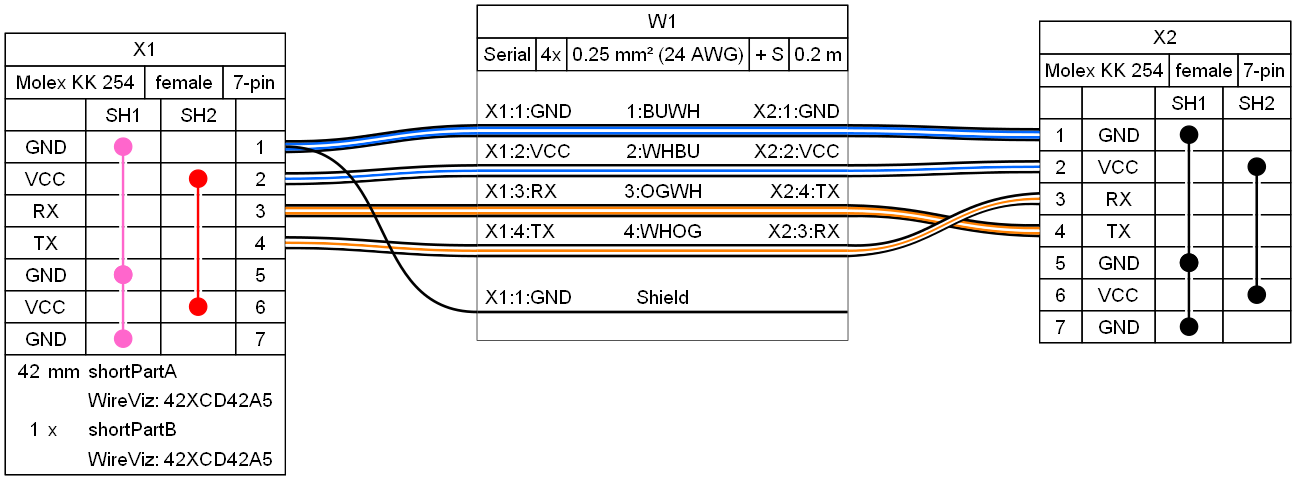
wireviz/WireViz keeps this Graphviz diagram as examples/ex15.png. Above is the earlier version. Its source is kept beside it as examples/ex15.gv.
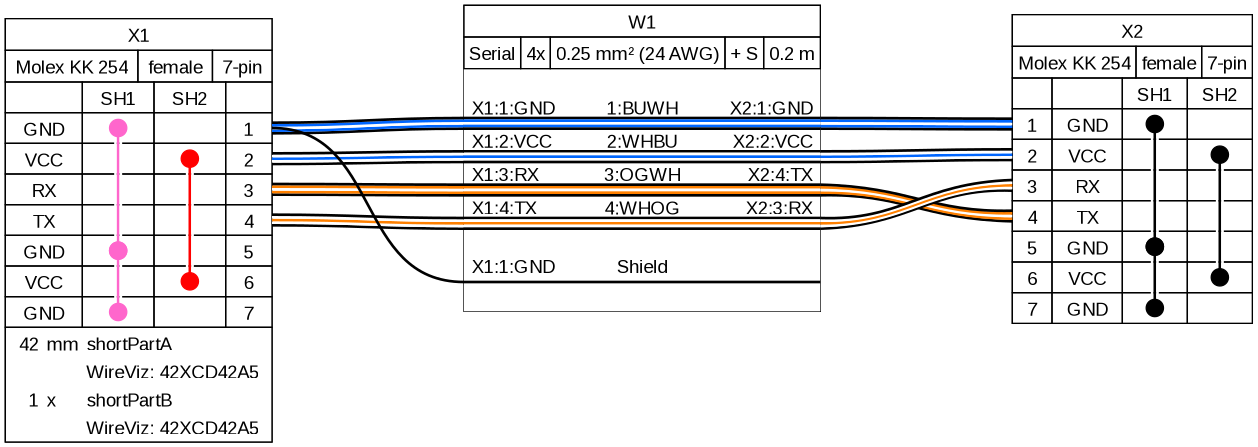
The same diagram one commit later.

Change to the diagram source:
```diff
@@ -220,25 +220,7 @@
      <td align="right">X2:1:GND </td>
     </tr>
     <tr>
-     <td border="0" cellspacing="0" cellpadding="0" colspan="5" height="10" port="w1">
-      <table border="0" cellborder="0" cellspacing="0">
-       <tr>
-        <td bgcolor="#FFFFFF" border="0" cellpadding="0" colspan="5" height="2"></td>
-       </tr>
-       <tr>
-        <td bgcolor="#FFFFFF" border="0" cellpadding="0" colspan="5" height="2"></td>
-       </tr>
-       <tr>
-        <td bgcolor="#FFFFFF" border="0" cellpadding="0" colspan="5" height="2"></td>
-       </tr>
-       <tr>
-        <td bgcolor="#FFFFFF" border="0" cellpadding="0" colspan="5" height="2"></td>
-       </tr>
-       <tr>
-        <td bgcolor="#FFFFFF" border="0" cellpadding="0" colspan="5" height="2"></td>
-       </tr>
-      </table>
-     </td>
+     <td border="0" cellspacing="0" cellpadding="0" colspan="5" height="6" port="w1"></td>
     </tr>
     <tr>
      <td align="left"> X1:2:VCC</td>
@@ -248,25 +230,7 @@
      <td align="right">X2:2:VCC </td>
     </tr>
     <tr>
-     <td border="0" cellspacing="0" cellpadding="0" colspan="5" height="10" port="w2">
-      <table border="0" cellborder="0" cellspacing="0">
-       <tr>
-        <td bgcolor="#FFFFFF" border="0" cellpadding="0" colspan="5" height="2"></td>
-       </tr>
-       <tr>
-        <td bgcolor="#FFFFFF" border="0" cellpadding="0" colspan="5" height="2"></td>
-       </tr>
-       <tr>
-        <td bgcolor="#FFFFFF" border="0" cellpadding="0" colspan="5" height="2"></td>
-       </tr>
-       <tr>
-        <td bgcolor="#FFFFFF" border="0" cellpadding="0" colspan="5" height="2"></td>
-       </tr>
-       <tr>
-        <td bgcolor="#FFFFFF" border="0" cellpadding="0" colspan="5" height="2"></td>
-       </tr>
-      </table>
-     </td>
+     <td border="0" cellspacing="0" cellpadding="0" colspan="5" height="6" port="w2"></td>
     </tr>
     <tr>
      <td align="left"> X1:3:RX</td>
@@ -276,25 +240,7 @@
      <td align="right">X2:4:TX </td>
     </tr>
     <tr>
-     <td border="0" cellspacing="0" cellpadding="0" colspan="5" height="10" port="w3">
-      <table border="0" cellborder="0" cellspacing="0">
-       <tr>
-        <td bgcolor="#FFFFFF" border="0" cellpadding="0" colspan="5" height="2"></td>
-       </tr>
-       <tr>
-        <td bgcolor="#FFFFFF" border="0" cellpadding="0" colspan="5" height="2"></td>
-       </tr>
-       <tr>
-        <td bgcolor="#FFFFFF" border="0" cellpadding="0" colspan="5" height="2"></td>
-       </tr>
-       <tr>
-        <td bgcolor="#FFFFFF" border="0" cellpadding="0" colspan="5" height="2"></td>
-       </tr>
-       <tr>
-        <td bgcolor="#FFFFFF" border="0" cellpadding="0" colspan="5" height="2"></td>
-       </tr>
-      </table>
-     </td>
+     <td border="0" cellspacing="0" cellpadding="0" colspan="5" height="6" port="w3"></td>
     </tr>
     <tr>
      <td align="left"> X1:4:TX</td>
@@ -304,25 +250,7 @@
      <td align="right">X2:3:RX </td>
     </tr>
     <tr>
-     <td border="0" cellspacing="0" cellpadding="0" colspan="5" height="10" port="w4">
-      <table border="0" cellborder="0" cellspacing="0">
-       <tr>
-        <td bgcolor="#FFFFFF" border="0" cellpadding="0" colspan="5" height="2"></td>
-       </tr>
-       <tr>
-        <td bgcolor="#FFFFFF" border="0" cellpadding="0" colspan="5" height="2"></td>
-       </tr>
-       <tr>
-        <td bgcolor="#FFFFFF" border="0" cellpadding="0" colspan="5" height="2"></td>
-       </tr>
-       <tr>
-        <td bgcolor="#FFFFFF" border="0" cellpadding="0" colspan="5" height="2"></td>
-       </tr>
-       <tr>
-        <td bgcolor="#FFFFFF" border="0" cellpadding="0" colspan="5" height="2"></td>
-       </tr>
-      </table>
-     </td>
+     <td border="0" cellspacing="0" cellpadding="0" colspan="5" height="6" port="w4"></td>
     </tr>
     <tr>
      <td>&nbsp;</td>
@@ -335,13 +263,7 @@
      <td align="right"> </td>
     </tr>
     <tr>
-     <td border="0" cellspacing="0" cellpadding="0" colspan="5" height="2" port="w5">
-      <table border="0" cellborder="0" cellspacing="0">
-       <tr>
-        <td bgcolor="#FFFFFF" border="0" cellpadding="0" colspan="5" height="2"></td>
-       </tr>
-      </table>
-     </td>
+     <td border="0" cellspacing="0" cellpadding="0" colspan="5" height="6" port="w5"></td>
     </tr>
     <tr>
      <td>&nbsp;</td>
```
